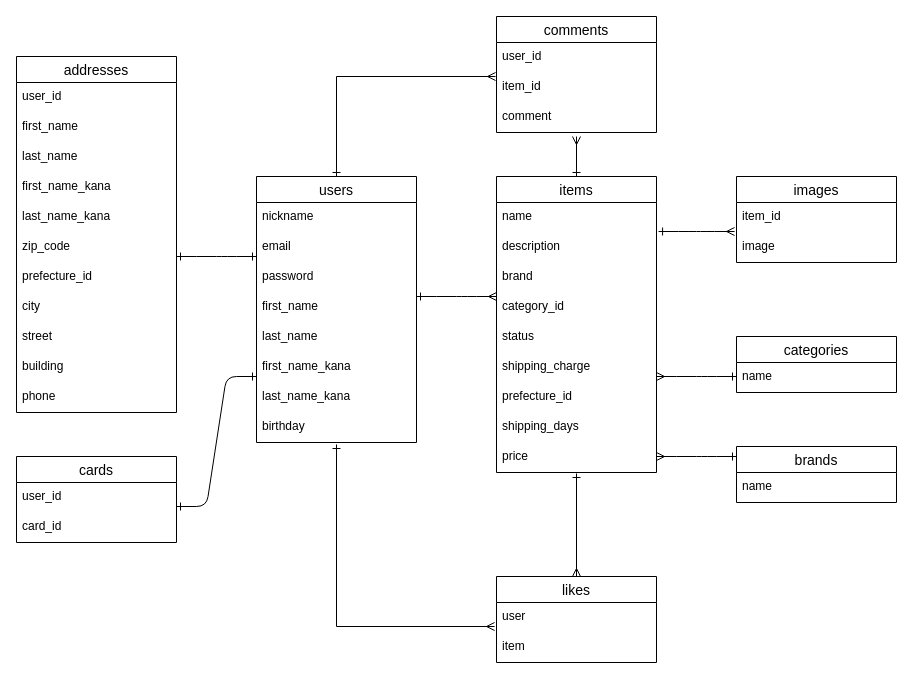
The draw.io diagram test.dio in emi0121/furima-39164, before the edit. Source tidied: cells renumbered, new cells numbered last; positions are measured from the earlier drawing's top-left corner, leaving out a move shared by most shapes. Both pictures are drawn from the tidied source at 100%, with x=0, y=0 at pixel (16, 16).
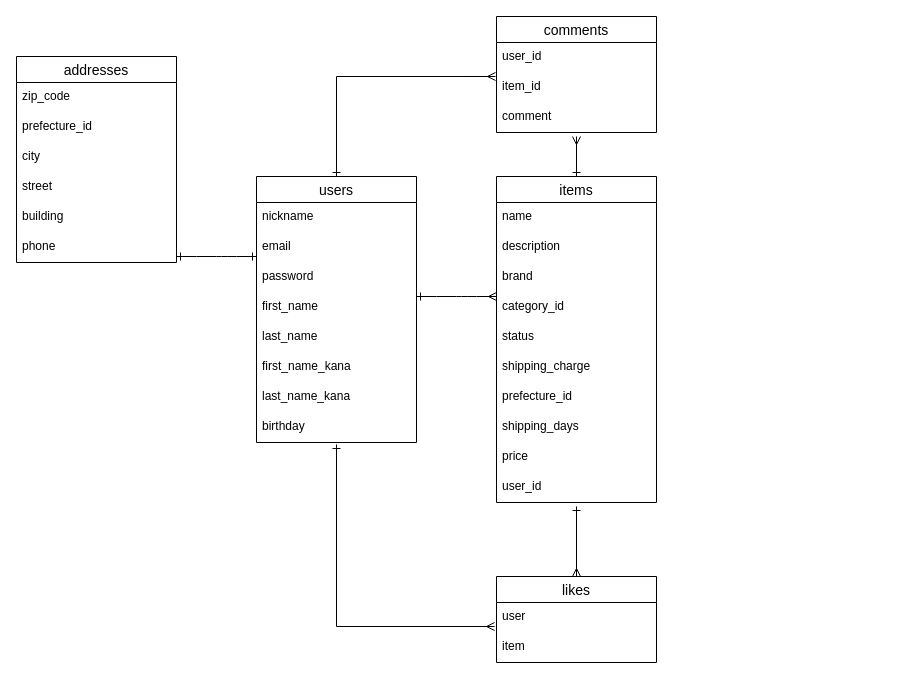
The same page after the edit.

Unchanged cells that the change refers to:
```xml
<mxCell id="8" value="first_name_kana" style="text;strokeColor=none;fillColor=none;spacingLeft=4;spacingRight=4;overflow=hidden;points=[[0,0.5],[1,0.5]];portConstraint=eastwest;fontSize=12;" parent="2" vertex="1">
  <mxGeometry y="176" width="160" height="30" as="geometry" />
</mxCell>
<mxCell id="29" value="description" style="text;strokeColor=none;fillColor=none;spacingLeft=4;spacingRight=4;overflow=hidden;points=[[0,0.5],[1,0.5]];portConstraint=eastwest;fontSize=12;" parent="27" vertex="1">
  <mxGeometry y="56" width="160" height="30" as="geometry" />
</mxCell>
<mxCell id="36" value="price" style="text;strokeColor=none;fillColor=none;spacingLeft=4;spacingRight=4;overflow=hidden;points=[[0,0.5],[1,0.5]];portConstraint=eastwest;fontSize=12;" parent="27" vertex="1">
  <mxGeometry y="266" width="160" height="30" as="geometry" />
</mxCell>
<mxCell id="43" value="likes" style="swimlane;fontStyle=0;horizontal=1;startSize=26;align=center;fontSize=14;" parent="1" vertex="1">
  <mxGeometry x="480" y="560" width="160" height="86" as="geometry" />
</mxCell>
```

The edit, as a diff of the source:
```diff
@@
     <mxCell id="11" value="addresses" style="swimlane;fontStyle=0;horizontal=1;startSize=26;align=center;fontSize=14;" parent="1" vertex="1">
-      <mxGeometry y="40" width="160" height="356" as="geometry" />
+      <mxGeometry y="40" width="160" height="206" as="geometry" />
     </mxCell>
-    <mxCell id="12" value="user_id" style="text;strokeColor=none;fillColor=none;spacingLeft=4;spacingRight=4;overflow=hidden;fontSize=12;" parent="11" vertex="1">
-      <mxGeometry y="26" width="160" height="30" as="geometry" />
-    </mxCell>
-    <mxCell id="13" value="first_name" style="text;strokeColor=none;fillColor=none;spacingLeft=4;spacingRight=4;overflow=hidden;fontSize=12;" parent="11" vertex="1">
-      <mxGeometry y="56" width="160" height="30" as="geometry" />
-    </mxCell>
-    <mxCell id="14" value="last_name" style="text;strokeColor=none;fillColor=none;spacingLeft=4;spacingRight=4;overflow=hidden;fontSize=12;" parent="11" vertex="1">
-      <mxGeometry y="86" width="160" height="30" as="geometry" />
-    </mxCell>
-    <mxCell id="15" value="first_name_kana" style="text;strokeColor=none;fillColor=none;spacingLeft=4;spacingRight=4;overflow=hidden;fontSize=12;" parent="11" vertex="1">
-      <mxGeometry y="116" width="160" height="30" as="geometry" />
-    </mxCell>
-    <mxCell id="16" value="last_name_kana" style="text;strokeColor=none;fillColor=none;spacingLeft=4;spacingRight=4;overflow=hidden;fontSize=12;" parent="11" vertex="1">
-      <mxGeometry y="146" width="160" height="30" as="geometry" />
-    </mxCell>
     <mxCell id="17" value="zip_code" style="text;strokeColor=none;fillColor=none;spacingLeft=4;spacingRight=4;overflow=hidden;fontSize=12;" parent="11" vertex="1">
-      <mxGeometry y="176" width="160" height="30" as="geometry" />
+      <mxGeometry y="26" width="160" height="30" as="geometry" />
     </mxCell>
     <mxCell id="18" value="prefecture_id" style="text;strokeColor=none;fillColor=none;spacingLeft=4;spacingRight=4;overflow=hidden;fontSize=12;" parent="11" vertex="1">
-      <mxGeometry y="206" width="160" height="30" as="geometry" />
+      <mxGeometry y="56" width="160" height="30" as="geometry" />
     </mxCell>
     <mxCell id="19" value="city" style="text;strokeColor=none;fillColor=none;spacingLeft=4;spacingRight=4;overflow=hidden;fontSize=12;" parent="11" vertex="1">
-      <mxGeometry y="236" width="160" height="30" as="geometry" />
+      <mxGeometry y="86" width="160" height="30" as="geometry" />
     </mxCell>
     <mxCell id="20" value="street" style="text;strokeColor=none;fillColor=none;spacingLeft=4;spacingRight=4;overflow=hidden;fontSize=12;" parent="11" vertex="1">
-      <mxGeometry y="266" width="160" height="30" as="geometry" />
+      <mxGeometry y="116" width="160" height="30" as="geometry" />
     </mxCell>
     <mxCell id="21" value="building" style="text;strokeColor=none;fillColor=none;spacingLeft=4;spacingRight=4;overflow=hidden;fontSize=12;" parent="11" vertex="1">
-      <mxGeometry y="296" width="160" height="30" as="geometry" />
+      <mxGeometry y="146" width="160" height="30" as="geometry" />
     </mxCell>
     <mxCell id="22" value="phone" style="text;strokeColor=none;fillColor=none;spacingLeft=4;spacingRight=4;overflow=hidden;fontSize=12;" parent="11" vertex="1">
-      <mxGeometry y="326" width="160" height="30" as="geometry" />
+      <mxGeometry y="176" width="160" height="30" as="geometry" />
     </mxCell>
-    <mxCell id="23" value="cards" style="swimlane;fontStyle=0;horizontal=1;startSize=26;align=center;fontSize=14;" parent="1" vertex="1">
-      <mxGeometry y="440" width="160" height="86" as="geometry" />
-    </mxCell>
-    <mxCell id="24" value="user_id" style="text;strokeColor=none;fillColor=none;spacingLeft=4;spacingRight=4;overflow=hidden;fontSize=12;" parent="23" vertex="1">
-      <mxGeometry y="26" width="160" height="30" as="geometry" />
-    </mxCell>
-    <mxCell id="25" value="card_id" style="text;strokeColor=none;fillColor=none;spacingLeft=4;spacingRight=4;overflow=hidden;fontSize=12;" parent="23" vertex="1">
-      <mxGeometry y="56" width="160" height="30" as="geometry" />
-    </mxCell>
@@
     <mxCell id="27" value="items" style="swimlane;fontStyle=0;horizontal=1;startSize=26;align=center;fontSize=14;" parent="1" vertex="1">
-      <mxGeometry x="480" y="160" width="160" height="296" as="geometry" />
+      <mxGeometry x="480" y="160" width="160" height="326" as="geometry" />
     </mxCell>
@@
-    <mxCell id="37" value="images" style="swimlane;fontStyle=0;horizontal=1;startSize=26;align=center;fontSize=14;" parent="1" vertex="1">
-      <mxGeometry x="720" y="160" width="160" height="86" as="geometry" />
-    </mxCell>
-    <mxCell id="38" value="item_id" style="text;strokeColor=none;fillColor=none;spacingLeft=4;spacingRight=4;overflow=hidden;points=[[0,0.5],[1,0.5]];portConstraint=eastwest;fontSize=12;" parent="37" vertex="1">
-      <mxGeometry y="26" width="160" height="30" as="geometry" />
-    </mxCell>
-    <mxCell id="39" value="image" style="text;strokeColor=none;fillColor=none;spacingLeft=4;spacingRight=4;overflow=hidden;fontSize=12;" parent="37" vertex="1">
-      <mxGeometry y="56" width="160" height="30" as="geometry" />
-    </mxCell>
-    <mxCell id="40" value="categories" style="swimlane;fontStyle=0;horizontal=1;startSize=26;align=center;fontSize=14;" parent="1" vertex="1">
-      <mxGeometry x="720" y="320" width="160" height="56" as="geometry" />
-    </mxCell>
-    <mxCell id="41" value="name" style="text;strokeColor=none;fillColor=none;spacingLeft=4;spacingRight=4;overflow=hidden;fontSize=12;" parent="40" vertex="1">
-      <mxGeometry y="26" width="160" height="30" as="geometry" />
-    </mxCell>
+    <mxCell id="60" value="user_id" style="text;strokeColor=none;fillColor=none;spacingLeft=4;spacingRight=4;overflow=hidden;fontSize=12;" parent="27" vertex="1">
+      <mxGeometry y="296" width="160" height="30" as="geometry" />
+    </mxCell>
-    <mxCell id="42" style="edgeStyle=orthogonalEdgeStyle;rounded=0;html=1;exitX=0.5;exitY=0;exitDx=0;exitDy=0;startArrow=ERmany;startFill=0;endArrow=ERone;endFill=0;entryX=0.5;entryY=1.033;entryDx=0;entryDy=0;entryPerimeter=0;" parent="1" edge="1" source="43" target="36">
-      <mxGeometry relative="1" as="geometry" />
+    <mxCell id="42" style="edgeStyle=orthogonalEdgeStyle;rounded=0;html=1;exitX=0.5;exitY=0;exitDx=0;exitDy=0;startArrow=ERmany;startFill=0;endArrow=ERone;endFill=0;" parent="1" edge="1" source="43">
+      <mxGeometry relative="1" as="geometry">
+        <mxPoint x="560" y="490" as="targetPoint" />
+      </mxGeometry>
     </mxCell>
@@
-    <mxCell id="51" style="edgeStyle=entityRelationEdgeStyle;fontSize=12;html=1;endArrow=ERone;startArrow=ERone;entryX=0;entryY=0.8;entryDx=0;entryDy=0;entryPerimeter=0;startFill=0;endFill=0;" parent="1" edge="1" target="8">
-      <mxGeometry relative="1" as="geometry">
-        <mxPoint x="160" y="490" as="sourcePoint" />
-      </mxGeometry>
-    </mxCell>
@@
-    <mxCell id="53" style="edgeStyle=entityRelationEdgeStyle;fontSize=12;html=1;endArrow=ERmany;startArrow=ERone;exitX=1.013;exitY=-0.033;exitDx=0;exitDy=0;exitPerimeter=0;entryX=-0.012;entryY=0.967;entryDx=0;entryDy=0;entryPerimeter=0;startFill=0;endFill=0;" parent="1" edge="1" source="29" target="38">
-      <mxGeometry relative="1" as="geometry" />
-    </mxCell>
-    <mxCell id="54" style="edgeStyle=entityRelationEdgeStyle;fontSize=12;html=1;endArrow=ERone;startArrow=ERmany;exitX=1.013;exitY=-0.033;exitDx=0;exitDy=0;exitPerimeter=0;startFill=0;endFill=0;" parent="1" edge="1">
-      <mxGeometry relative="1" as="geometry">
-        <mxPoint x="640" y="360" as="sourcePoint" />
-        <mxPoint x="720" y="360" as="targetPoint" />
-      </mxGeometry>
-    </mxCell>
-    <mxCell id="55" value="brands" style="swimlane;fontStyle=0;horizontal=1;startSize=26;align=center;fontSize=14;" parent="1" vertex="1">
-      <mxGeometry x="720" y="430" width="160" height="56" as="geometry" />
-    </mxCell>
-    <mxCell id="56" value="name" style="text;strokeColor=none;fillColor=none;spacingLeft=4;spacingRight=4;overflow=hidden;fontSize=12;" parent="55" vertex="1">
-      <mxGeometry y="26" width="160" height="30" as="geometry" />
-    </mxCell>
@@
-    <mxCell id="59" style="edgeStyle=entityRelationEdgeStyle;fontSize=12;html=1;endArrow=ERone;startArrow=ERmany;startFill=0;endFill=0;" parent="1" edge="1">
-      <mxGeometry relative="1" as="geometry">
-        <mxPoint x="640" y="440" as="sourcePoint" />
-        <mxPoint x="720" y="440" as="targetPoint" />
-      </mxGeometry>
-    </mxCell>
```
